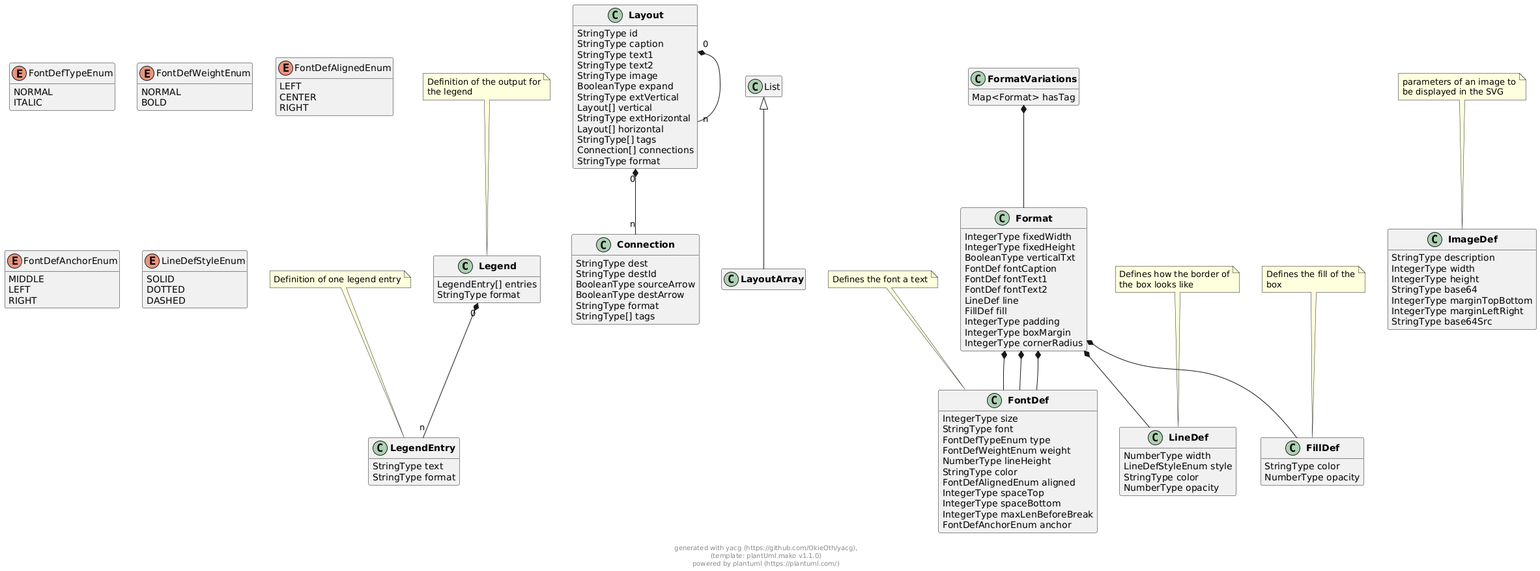
Earlier version of the PlantUML export docs/models/png/externals.png (OkieOth/draw.chart.things).
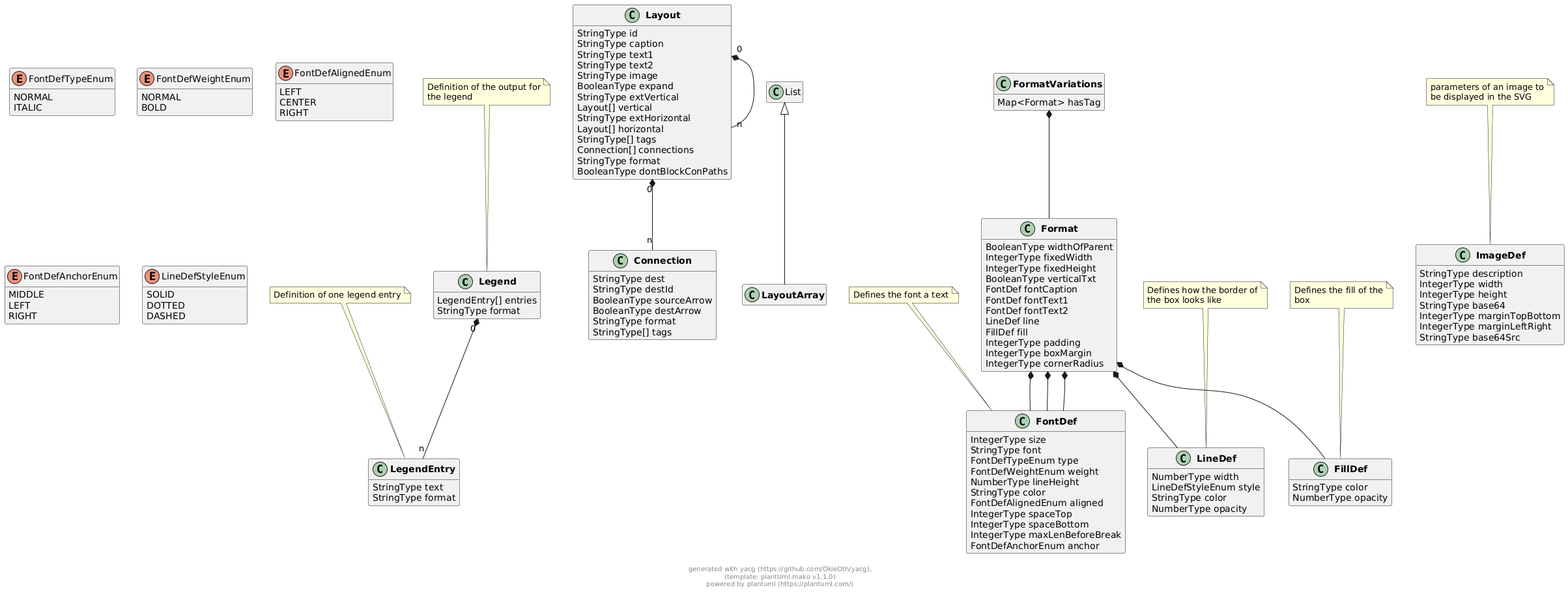
After the change.

Change to the diagram source:
```diff
@@ -33,6 +33,7 @@
         StringType[] tags
         Connection[] connections
         StringType format
+        BooleanType dontBlockConPaths
 }
 
 
@@ -52,6 +53,7 @@
 
 
 class "**Format**" as Format {
+        BooleanType widthOfParent
         IntegerType fixedWidth
         IntegerType fixedHeight
         BooleanType verticalTxt
@@ -186,6 +188,8 @@
 
 
 
+
+
 Format  *--  FontDef
 
 Format  *--  FontDef
```
